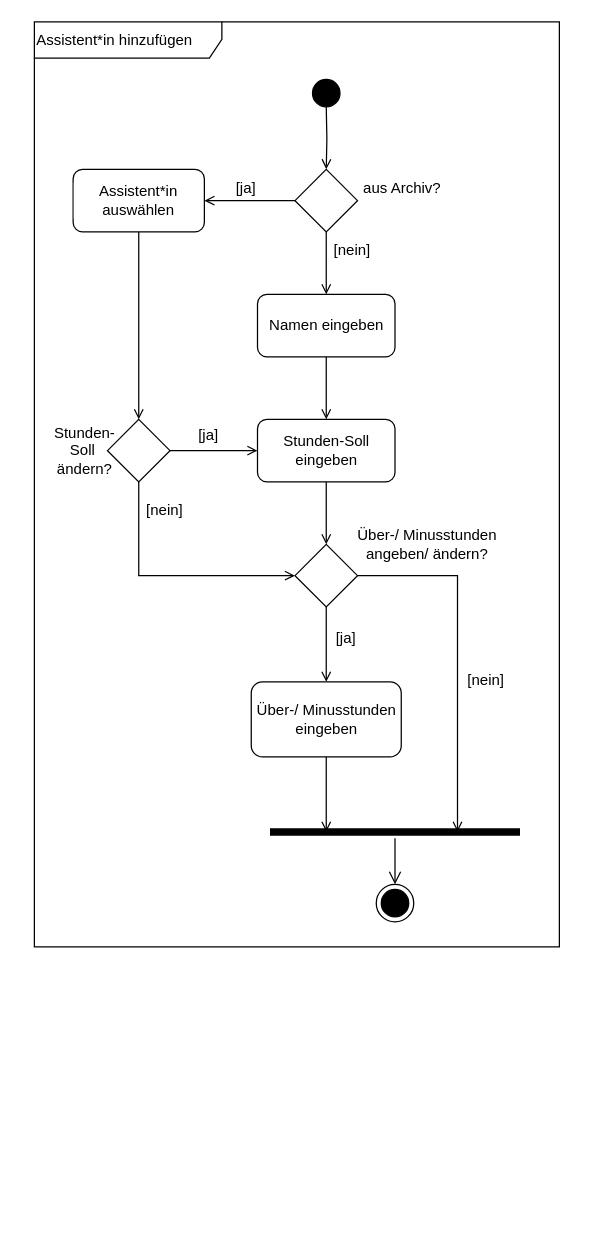
Above: 4_Entwurf/4_UML/4_UML_Aktivitätsdiagramme/ad_AssistentErstellen.drawio in annikalenneper/praxisprojekt_mi_bachelor_SoSe24 (draw.io), before the change. Source tidied: cells renumbered, new cells numbered last; positions are measured from the earlier drawing's top-left corner, leaving out a move shared by most shapes. Both pictures are drawn from the tidied source at 125%, with x=0, y=0 at pixel (21, 21).
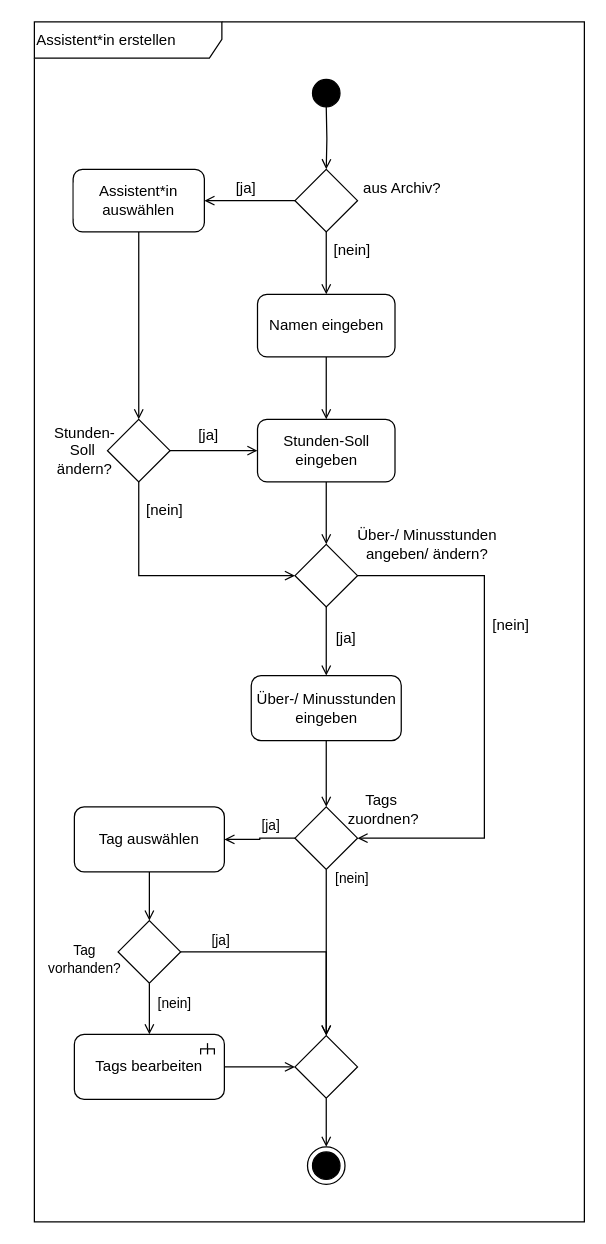
Above is the later version.

Commit message:
changes in activity diagram "create assistant"/ "Assistent erstellen"

The change refers to these unchanged cells:
```xml
<mxCell id="13" style="rhombus;whiteSpace=wrap;html=1;" parent="1" vertex="1">
  <mxGeometry x="218.5" y="418" width="50" height="50" as="geometry" />
</mxCell>
```

The edit, as a diff of the source:
```diff
@@
-    <mxCell id="2" value="Assistent*in hinzufügen" style="shape=umlFrame;whiteSpace=wrap;html=1;width=150;height=29;align=left;" parent="1" vertex="1">
-      <mxGeometry x="10" width="420" height="740" as="geometry" />
+    <mxCell id="2" value="Assistent*in erstellen" style="shape=umlFrame;whiteSpace=wrap;html=1;width=150;height=29;align=left;" parent="1" vertex="1">
+      <mxGeometry x="10" width="440" height="960" as="geometry" />
     </mxCell>
@@
-    <mxCell id="12" style="edgeStyle=orthogonalEdgeStyle;rounded=0;jettySize=auto;html=1;strokeColor=default;align=center;verticalAlign=middle;fontFamily=Helvetica;fontSize=12;fontColor=default;labelBackgroundColor=default;endArrow=open;endFill=0;entryX=0.75;entryY=0.5;entryDx=0;entryDy=0;entryPerimeter=0;" parent="1" edge="1" source="13" target="29">
+    <mxCell id="12" style="edgeStyle=orthogonalEdgeStyle;rounded=0;jettySize=auto;html=1;strokeColor=default;align=center;verticalAlign=middle;fontFamily=Helvetica;fontSize=12;fontColor=default;labelBackgroundColor=default;endArrow=open;endFill=0;entryX=1;entryY=0.5;entryDx=0;entryDy=0;" parent="1" edge="1" source="13" target="36">
       <mxGeometry relative="1" as="geometry">
         <Array as="points">
-          <mxPoint x="348.5" y="443" />
+          <mxPoint x="370" y="443" />
+          <mxPoint x="370" y="653" />
         </Array>
       </mxGeometry>
     </mxCell>
@@
-    <mxCell id="14" style="edgeStyle=orthogonalEdgeStyle;rounded=0;jettySize=auto;html=1;strokeColor=default;align=center;verticalAlign=middle;fontFamily=Helvetica;fontSize=12;fontColor=default;labelBackgroundColor=default;endArrow=open;endFill=0;" parent="1" edge="1" source="15">
-      <mxGeometry relative="1" as="geometry">
-        <mxPoint x="243.5" y="648" as="targetPoint" />
-      </mxGeometry>
+    <mxCell id="14" style="edgeStyle=orthogonalEdgeStyle;rounded=0;jettySize=auto;html=1;strokeColor=default;align=center;verticalAlign=middle;fontFamily=Helvetica;fontSize=12;fontColor=default;labelBackgroundColor=default;endArrow=open;endFill=0;entryX=0.5;entryY=0;entryDx=0;entryDy=0;" parent="1" edge="1" source="15" target="36">
+      <mxGeometry relative="1" as="geometry" />
     </mxCell>
     <mxCell id="15" value="Über-/ Minusstunden eingeben" style="rounded=1;whiteSpace=wrap;html=1;" parent="1" vertex="1">
-      <mxGeometry x="183.5" y="528" width="120" height="60" as="geometry" />
+      <mxGeometry x="183.5" y="523" width="120" height="52" as="geometry" />
     </mxCell>
@@
-    <mxCell id="29" style="shape=line;html=1;strokeWidth=6;strokeColor=#000000;align=center;verticalAlign=middle;fontFamily=Helvetica;fontSize=12;fontColor=default;labelBackgroundColor=default;fillColor=default;" parent="1" vertex="1">
-      <mxGeometry x="198.5" y="643" width="200" height="10" as="geometry" />
-    </mxCell>
-    <mxCell id="30" style="edgeStyle=orthogonalEdgeStyle;html=1;verticalAlign=bottom;endArrow=open;endSize=8;strokeColor=#000000;rounded=0;align=center;fontFamily=Helvetica;fontSize=12;fontColor=default;labelBackgroundColor=default;entryX=0.5;entryY=0;entryDx=0;entryDy=0;" parent="1" edge="1" source="29" target="32">
-      <mxGeometry relative="1" as="geometry" />
-    </mxCell>
     <mxCell id="31" value="[nein]" style="text;html=1;align=center;verticalAlign=middle;strokeColor=none;fillColor=none;" parent="1" vertex="1">
-      <mxGeometry x="345.5" y="512" width="50" height="30" as="geometry" />
+      <mxGeometry x="366" y="468" width="50" height="30" as="geometry" />
     </mxCell>
     <mxCell id="32" style="ellipse;html=1;shape=endState;fillColor=#000000;strokeColor=#000000;" parent="1" vertex="1">
-      <mxGeometry x="283.5" y="690" width="30" height="30" as="geometry" />
+      <mxGeometry x="228.5" y="900" width="30" height="30" as="geometry" />
     </mxCell>
@@
+    <mxCell id="34" style="edgeStyle=orthogonalEdgeStyle;rounded=0;jettySize=auto;html=1;entryX=1;entryY=0.5;entryDx=0;entryDy=0;endArrow=open;endFill=0;" parent="1" edge="1" source="36" target="39">
+      <mxGeometry relative="1" as="geometry" />
+    </mxCell>
+    <mxCell id="35" style="edgeStyle=orthogonalEdgeStyle;rounded=0;jettySize=auto;html=1;strokeColor=default;align=center;verticalAlign=middle;fontFamily=Helvetica;fontSize=11;fontColor=default;labelBackgroundColor=default;endArrow=open;endFill=0;entryX=0.5;entryY=0;entryDx=0;entryDy=0;" parent="1" edge="1" source="36" target="51">
+      <mxGeometry relative="1" as="geometry" />
+    </mxCell>
+    <mxCell id="36" style="rhombus;whiteSpace=wrap;html=1;" parent="1" vertex="1">
+      <mxGeometry x="218.5" y="628" width="50" height="50" as="geometry" />
+    </mxCell>
+    <mxCell id="37" value="Tags&amp;nbsp;&lt;div&gt;zuordnen?&lt;/div&gt;" style="text;html=1;align=center;verticalAlign=middle;strokeColor=none;fillColor=none;" parent="1" vertex="1">
+      <mxGeometry x="248.5" y="610" width="80" height="40" as="geometry" />
+    </mxCell>
+    <mxCell id="38" style="edgeStyle=orthogonalEdgeStyle;rounded=0;jettySize=auto;html=1;entryX=0.5;entryY=0;entryDx=0;entryDy=0;strokeColor=default;align=center;verticalAlign=middle;fontFamily=Helvetica;fontSize=11;fontColor=default;labelBackgroundColor=default;endArrow=open;endFill=0;" parent="1" edge="1" source="39" target="47">
+      <mxGeometry relative="1" as="geometry" />
+    </mxCell>
+    <mxCell id="39" value="Tag auswählen" style="rounded=1;whiteSpace=wrap;html=1;" parent="1" vertex="1">
+      <mxGeometry x="42" y="628" width="120" height="52" as="geometry" />
+    </mxCell>
+    <mxCell id="40" value="[ja]" style="text;html=1;align=center;verticalAlign=middle;strokeColor=none;fillColor=none;fontFamily=Helvetica;fontSize=11;fontColor=default;labelBackgroundColor=default;" parent="1" vertex="1">
+      <mxGeometry x="178.5" y="628" width="40" height="30" as="geometry" />
+    </mxCell>
+    <mxCell id="41" value="[nein]" style="text;html=1;align=center;verticalAlign=middle;strokeColor=none;fillColor=none;fontFamily=Helvetica;fontSize=11;fontColor=default;labelBackgroundColor=default;" parent="1" vertex="1">
+      <mxGeometry x="238.5" y="670" width="50" height="30" as="geometry" />
+    </mxCell>
+    <mxCell id="42" style="edgeStyle=orthogonalEdgeStyle;rounded=0;jettySize=auto;html=1;entryX=0.5;entryY=0;entryDx=0;entryDy=0;strokeColor=default;align=center;verticalAlign=middle;fontFamily=Helvetica;fontSize=11;fontColor=default;labelBackgroundColor=default;endArrow=open;endFill=0;" parent="1" edge="1" source="47" target="44">
+      <mxGeometry relative="1" as="geometry" />
+    </mxCell>
+    <mxCell id="43" style="edgeStyle=orthogonalEdgeStyle;rounded=0;jettySize=auto;html=1;entryX=0;entryY=0.5;entryDx=0;entryDy=0;strokeColor=default;align=center;verticalAlign=middle;fontFamily=Helvetica;fontSize=11;fontColor=default;labelBackgroundColor=default;endArrow=open;endFill=0;" parent="1" edge="1" source="44" target="51">
+      <mxGeometry relative="1" as="geometry" />
+    </mxCell>
+    <mxCell id="44" value="Tags bearbeiten" style="rounded=1;whiteSpace=wrap;html=1;" parent="1" vertex="1">
+      <mxGeometry x="42" y="810" width="120" height="52" as="geometry" />
+    </mxCell>
+    <mxCell id="45" value="Tag &lt;br&gt;vorhanden?" style="text;html=1;align=center;verticalAlign=middle;strokeColor=none;fillColor=none;fontFamily=Helvetica;fontSize=11;fontColor=default;labelBackgroundColor=default;" parent="1" vertex="1">
+      <mxGeometry x="10" y="730" width="80" height="40" as="geometry" />
+    </mxCell>
+    <mxCell id="46" style="edgeStyle=orthogonalEdgeStyle;rounded=0;jettySize=auto;html=1;entryX=0.5;entryY=0;entryDx=0;entryDy=0;strokeColor=default;align=center;verticalAlign=middle;fontFamily=Helvetica;fontSize=11;fontColor=default;labelBackgroundColor=default;endArrow=open;endFill=0;" parent="1" edge="1" source="47" target="51">
+      <mxGeometry relative="1" as="geometry" />
+    </mxCell>
+    <mxCell id="47" style="rhombus;whiteSpace=wrap;html=1;fontFamily=Helvetica;fontSize=11;fontColor=default;labelBackgroundColor=default;" parent="1" vertex="1">
+      <mxGeometry x="77" y="719" width="50" height="50" as="geometry" />
+    </mxCell>
+    <mxCell id="48" value="[nein]" style="text;html=1;align=center;verticalAlign=middle;strokeColor=none;fillColor=none;fontFamily=Helvetica;fontSize=11;fontColor=default;labelBackgroundColor=default;" parent="1" vertex="1">
+      <mxGeometry x="97" y="770" width="50" height="30" as="geometry" />
+    </mxCell>
+    <mxCell id="49" value="[ja]" style="text;html=1;align=center;verticalAlign=middle;strokeColor=none;fillColor=none;fontFamily=Helvetica;fontSize=11;fontColor=default;labelBackgroundColor=default;" parent="1" vertex="1">
+      <mxGeometry x="139" y="720" width="40" height="30" as="geometry" />
+    </mxCell>
+    <mxCell id="50" style="edgeStyle=orthogonalEdgeStyle;rounded=0;jettySize=auto;html=1;entryX=0.5;entryY=0;entryDx=0;entryDy=0;strokeColor=default;align=center;verticalAlign=middle;fontFamily=Helvetica;fontSize=11;fontColor=default;labelBackgroundColor=default;endArrow=open;endFill=0;" parent="1" edge="1" source="51" target="32">
+      <mxGeometry relative="1" as="geometry" />
+    </mxCell>
+    <mxCell id="51" style="rhombus;whiteSpace=wrap;html=1;fontFamily=Helvetica;fontSize=11;fontColor=default;labelBackgroundColor=default;" parent="1" vertex="1">
+      <mxGeometry x="218.5" y="811" width="50" height="50" as="geometry" />
+    </mxCell>
+    <mxCell id="52" style="strokeWidth=1;html=1;shape=mxgraph.flowchart.annotation_2;align=left;labelPosition=right;rotation=90;fontFamily=Helvetica;fontSize=11;fontColor=default;labelBackgroundColor=default;" parent="1" vertex="1">
+      <mxGeometry x="144" y="816" width="9" height="11" as="geometry" />
+    </mxCell>
+    <mxCell id="53" style="endArrow=none;html=1;rounded=0;entryX=0.519;entryY=0.49;entryDx=0;entryDy=0;entryPerimeter=0;exitX=1;exitY=0.5;exitDx=0;exitDy=0;exitPerimeter=0;strokeWidth=1;strokeColor=default;align=center;verticalAlign=middle;fontFamily=Helvetica;fontSize=11;fontColor=default;labelBackgroundColor=default;edgeStyle=orthogonalEdgeStyle;" parent="1" edge="1" source="52" target="52">
+      <mxGeometry relative="1" as="geometry" />
+    </mxCell>
```
